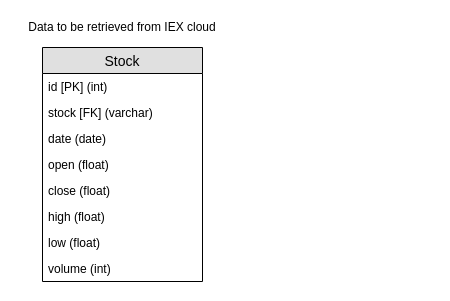
KeanUniversity-CS-SELab/Team1 keeps this draw.io diagram as Database Details/Software Engineering.drawio. Above is the earlier version. Source tidied: cells renumbered, new cells numbered last; positions are measured from the earlier drawing's top-left corner, leaving out a move shared by most shapes. Both pictures are drawn from the tidied source at 100%, with x=0, y=0 at pixel (17, 17).
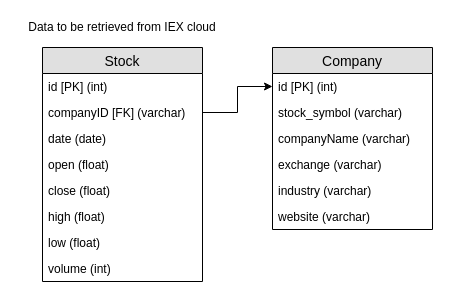
The same page after the edit.

Commit message:
Added table for Company

Added the company and foreign key link

What changed in the source:
```diff
@@
 <mxGraphModel>
   <root>
     <mxCell id="0" />
     <mxCell id="1" parent="0" />
     <mxCell id="2" value="Stock" style="swimlane;fontStyle=0;horizontal=1;startSize=26;fillColor=#e0e0e0;swimlaneFillColor=#ffffff;align=center;fontSize=14;" parent="1" vertex="1">
       <mxGeometry x="25" y="30" width="160" height="234" as="geometry" />
     </mxCell>
     <mxCell id="3" value="id [PK] (int)" style="text;strokeColor=none;fillColor=none;spacingLeft=4;spacingRight=4;overflow=hidden;fontSize=12;" parent="2" vertex="1">
       <mxGeometry y="26" width="160" height="26" as="geometry" />
     </mxCell>
-    <mxCell id="4" value="stock [FK] (varchar)" style="text;strokeColor=none;fillColor=none;spacingLeft=4;spacingRight=4;overflow=hidden;points=[[0,0.5],[1,0.5]];portConstraint=eastwest;fontSize=12;" parent="2" vertex="1">
+    <mxCell id="4" value="companyID [FK] (varchar)" style="text;strokeColor=none;fillColor=none;spacingLeft=4;spacingRight=4;overflow=hidden;points=[[0,0.5],[1,0.5]];portConstraint=eastwest;fontSize=12;" parent="2" vertex="1">
       <mxGeometry y="52" width="160" height="26" as="geometry" />
     </mxCell>
     <mxCell id="5" value="date (date)" style="text;strokeColor=none;fillColor=none;spacingLeft=4;spacingRight=4;overflow=hidden;fontSize=12;" parent="2" vertex="1">
       <mxGeometry y="78" width="160" height="26" as="geometry" />
     </mxCell>
     <mxCell id="6" value="open (float)" style="text;strokeColor=none;fillColor=none;spacingLeft=4;spacingRight=4;overflow=hidden;fontSize=12;" parent="2" vertex="1">
       <mxGeometry y="104" width="160" height="26" as="geometry" />
     </mxCell>
     <mxCell id="7" value="close (float)" style="text;strokeColor=none;fillColor=none;spacingLeft=4;spacingRight=4;overflow=hidden;fontSize=12;" parent="2" vertex="1">
       <mxGeometry y="130" width="160" height="26" as="geometry" />
     </mxCell>
     <mxCell id="8" value="high (float)" style="text;strokeColor=none;fillColor=none;spacingLeft=4;spacingRight=4;overflow=hidden;fontSize=12;" parent="2" vertex="1">
       <mxGeometry y="156" width="160" height="26" as="geometry" />
     </mxCell>
     <mxCell id="9" value="low (float)" style="text;strokeColor=none;fillColor=none;spacingLeft=4;spacingRight=4;overflow=hidden;fontSize=12;" parent="2" vertex="1">
       <mxGeometry y="182" width="160" height="26" as="geometry" />
     </mxCell>
     <mxCell id="10" value="volume (int)" style="text;strokeColor=none;fillColor=none;spacingLeft=4;spacingRight=4;overflow=hidden;fontSize=12;" parent="2" vertex="1">
       <mxGeometry y="208" width="160" height="26" as="geometry" />
     </mxCell>
     <mxCell id="11" value="Data to be retrieved from IEX cloud" style="text;html=1;strokeColor=none;fillColor=none;align=center;verticalAlign=middle;whiteSpace=wrap;rounded=0;" parent="1" vertex="1">
       <mxGeometry width="210" height="20" as="geometry" />
     </mxCell>
+    <mxCell id="12" value="Company" style="swimlane;fontStyle=0;horizontal=1;startSize=26;fillColor=#e0e0e0;swimlaneFillColor=#ffffff;align=center;fontSize=14;" parent="1" vertex="1">
+      <mxGeometry x="255" y="30" width="160" height="182" as="geometry" />
+    </mxCell>
+    <mxCell id="13" value="id [PK] (int)" style="text;strokeColor=none;fillColor=none;spacingLeft=4;spacingRight=4;overflow=hidden;points=[[0,0.5],[1,0.5]];portConstraint=eastwest;fontSize=12;" parent="12" vertex="1">
+      <mxGeometry y="26" width="160" height="26" as="geometry" />
+    </mxCell>
+    <mxCell id="14" value="stock_symbol (varchar)" style="text;strokeColor=none;fillColor=none;spacingLeft=4;spacingRight=4;overflow=hidden;fontSize=12;" parent="12" vertex="1">
+      <mxGeometry y="52" width="160" height="26" as="geometry" />
+    </mxCell>
+    <mxCell id="15" value="companyName (varchar)&#10;" style="text;strokeColor=none;fillColor=none;spacingLeft=4;spacingRight=4;overflow=hidden;fontSize=12;" parent="12" vertex="1">
+      <mxGeometry y="78" width="160" height="26" as="geometry" />
+    </mxCell>
+    <mxCell id="16" value="exchange (varchar)&#10;" style="text;strokeColor=none;fillColor=none;spacingLeft=4;spacingRight=4;overflow=hidden;fontSize=12;" parent="12" vertex="1">
+      <mxGeometry y="104" width="160" height="26" as="geometry" />
+    </mxCell>
+    <mxCell id="17" value="industry (varchar)&#10;" style="text;strokeColor=none;fillColor=none;spacingLeft=4;spacingRight=4;overflow=hidden;fontSize=12;" parent="12" vertex="1">
+      <mxGeometry y="130" width="160" height="26" as="geometry" />
+    </mxCell>
+    <mxCell id="18" value="website (varchar)&#10;" style="text;strokeColor=none;fillColor=none;spacingLeft=4;spacingRight=4;overflow=hidden;fontSize=12;" parent="12" vertex="1">
+      <mxGeometry y="156" width="160" height="26" as="geometry" />
+    </mxCell>
+    <mxCell id="19" style="edgeStyle=orthogonalEdgeStyle;rounded=0;jettySize=auto;html=1;exitX=1;exitY=0.5;exitDx=0;exitDy=0;entryX=0;entryY=0.5;entryDx=0;entryDy=0;" parent="1" edge="1" source="4" target="13">
+      <mxGeometry relative="1" as="geometry" />
+    </mxCell>
   </root>
 </mxGraphModel>
```
